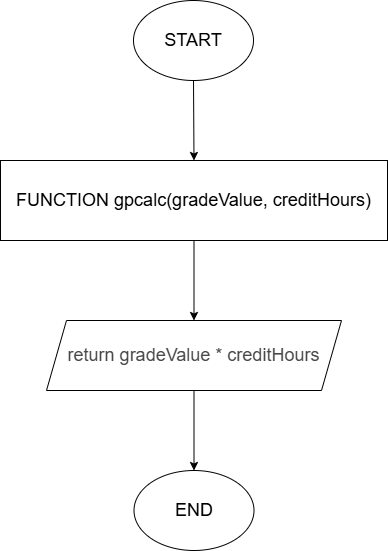
Gideon-Gyebi/devcore-gpa-calc keeps this draw.io diagram as docs/solutions/gpcalc_flowchart.drawio.png. Above is the earlier version. Source tidied: cells renumbered, new cells last; positions are measured from the earlier drawing's top-left corner, leaving out a move shared by most shapes.
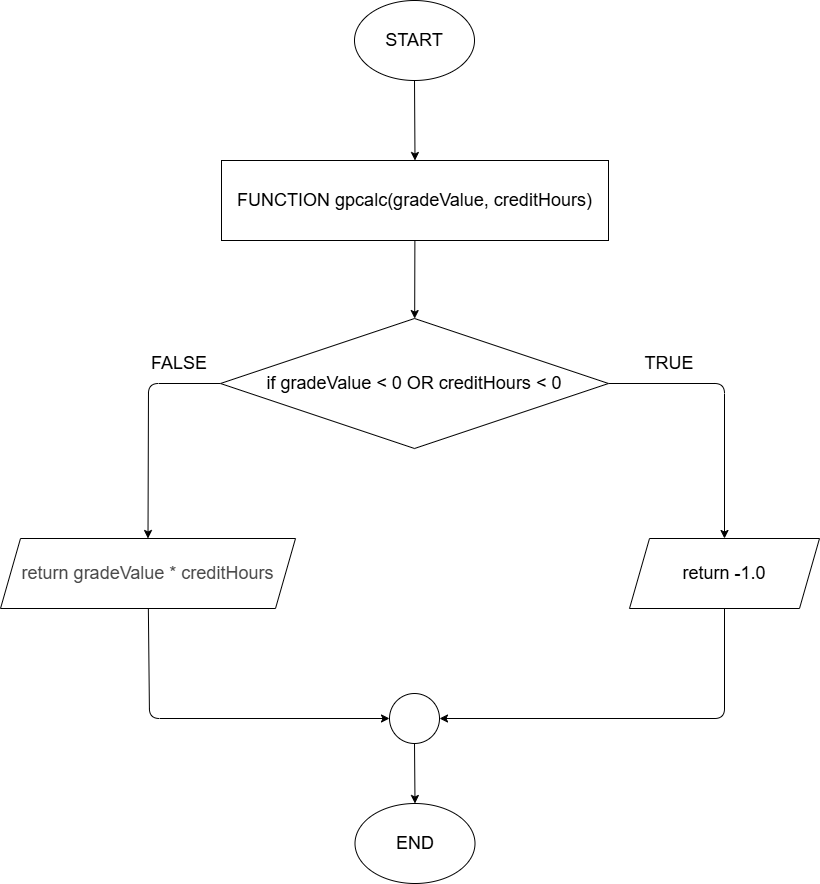
The same file after the commit.

Commit message:
Update gpcalc function prototype and pseudocode to use float parameters

Change to the diagram source:
```diff
@@ -8,20 +8,63 @@
     <mxCell id="3" value="&lt;font style=&quot;font-size: 18px;&quot;&gt;START&lt;/font&gt;" style="ellipse;whiteSpace=wrap;html=1;" parent="1" vertex="1">
       <mxGeometry x="133" width="120" height="80" as="geometry" />
     </mxCell>
-    <mxCell id="4" style="edgeStyle=none;html=1;" parent="1" edge="1" source="5" target="8">
-      <mxGeometry relative="1" as="geometry" />
-    </mxCell>
+    <mxCell id="9" style="edgeStyle=none;html=1;" parent="1" edge="1" source="5" target="15">
+      <mxGeometry relative="1" as="geometry" />
+    </mxCell>
     <mxCell id="5" value="&lt;font style=&quot;font-size: 18px;&quot;&gt;FUNCTION gpcalc(gradeValue, creditHours)&lt;/font&gt;" style="rounded=0;whiteSpace=wrap;html=1;" parent="1" vertex="1">
       <mxGeometry y="160" width="387" height="80" as="geometry" />
     </mxCell>
     <mxCell id="6" value="&lt;font style=&quot;font-size: 18px;&quot;&gt;END&lt;/font&gt;" style="ellipse;whiteSpace=wrap;html=1;" parent="1" vertex="1">
-      <mxGeometry x="133.5" y="470" width="120" height="80" as="geometry" />
+      <mxGeometry x="133.5" y="803" width="120" height="80" as="geometry" />
     </mxCell>
-    <mxCell id="7" style="edgeStyle=none;html=1;" parent="1" edge="1" source="8" target="6">
-      <mxGeometry relative="1" as="geometry" />
-    </mxCell>
+    <mxCell id="10" style="edgeStyle=none;html=1;entryX=0;entryY=0.5;entryDx=0;entryDy=0;" parent="1" edge="1" source="8" target="12">
+      <mxGeometry relative="1" as="geometry">
+        <Array as="points">
+          <mxPoint x="-72" y="718" />
+        </Array>
+      </mxGeometry>
+    </mxCell>
     <mxCell id="8" value="&lt;font color=&quot;#484848&quot;&gt;&lt;span style=&quot;font-size: 18px;&quot;&gt;return gradeValue * creditHours&lt;/span&gt;&lt;/font&gt;" style="shape=parallelogram;perimeter=parallelogramPerimeter;whiteSpace=wrap;html=1;fixedSize=1;" parent="1" vertex="1">
-      <mxGeometry x="46" y="320" width="295" height="70" as="geometry" />
+      <mxGeometry x="-221" y="538" width="295" height="70" as="geometry" />
     </mxCell>
+    <mxCell id="11" style="edgeStyle=none;html=1;" parent="1" edge="1" source="12" target="6">
+      <mxGeometry relative="1" as="geometry" />
+    </mxCell>
+    <mxCell id="12" style="ellipse;whiteSpace=wrap;html=1;" parent="1" vertex="1">
+      <mxGeometry x="168" y="693" width="50" height="50" as="geometry" />
+    </mxCell>
+    <mxCell id="13" style="edgeStyle=none;html=1;entryX=0.5;entryY=0;entryDx=0;entryDy=0;" parent="1" edge="1" source="15" target="8">
+      <mxGeometry relative="1" as="geometry">
+        <Array as="points">
+          <mxPoint x="-73" y="383" />
+        </Array>
+      </mxGeometry>
+    </mxCell>
+    <mxCell id="14" style="edgeStyle=none;html=1;entryX=0.5;entryY=0;entryDx=0;entryDy=0;" parent="1" edge="1" source="15" target="17">
+      <mxGeometry relative="1" as="geometry">
+        <Array as="points">
+          <mxPoint x="503" y="383" />
+        </Array>
+      </mxGeometry>
+    </mxCell>
+    <mxCell id="15" value="&lt;font style=&quot;font-size: 18px;&quot;&gt;if gradeValue &amp;lt; 0 OR creditHours &amp;lt; 0&lt;/font&gt;" style="rhombus;whiteSpace=wrap;html=1;" parent="1" vertex="1">
+      <mxGeometry x="-1" y="318" width="388" height="130" as="geometry" />
+    </mxCell>
+    <mxCell id="16" style="edgeStyle=none;html=1;entryX=1;entryY=0.5;entryDx=0;entryDy=0;" parent="1" edge="1" source="17" target="12">
+      <mxGeometry relative="1" as="geometry">
+        <Array as="points">
+          <mxPoint x="503" y="718" />
+        </Array>
+      </mxGeometry>
+    </mxCell>
+    <mxCell id="17" value="&lt;font style=&quot;font-size: 18px;&quot;&gt;return -1.0&lt;/font&gt;" style="shape=parallelogram;perimeter=parallelogramPerimeter;whiteSpace=wrap;html=1;fixedSize=1;" parent="1" vertex="1">
+      <mxGeometry x="408" y="538" width="190" height="70" as="geometry" />
+    </mxCell>
+    <mxCell id="18" value="&lt;font style=&quot;font-size: 18px;&quot;&gt;TRUE&lt;/font&gt;" style="text;html=1;align=center;verticalAlign=middle;whiteSpace=wrap;rounded=0;" parent="1" vertex="1">
+      <mxGeometry x="418" y="348" width="60" height="30" as="geometry" />
+    </mxCell>
+    <mxCell id="19" value="&lt;font style=&quot;font-size: 18px;&quot;&gt;FALSE&lt;/font&gt;" style="text;html=1;align=center;verticalAlign=middle;whiteSpace=wrap;rounded=0;" parent="1" vertex="1">
+      <mxGeometry x="-72" y="348" width="60" height="30" as="geometry" />
+    </mxCell>
   </root>
 </mxGraphModel>
```
